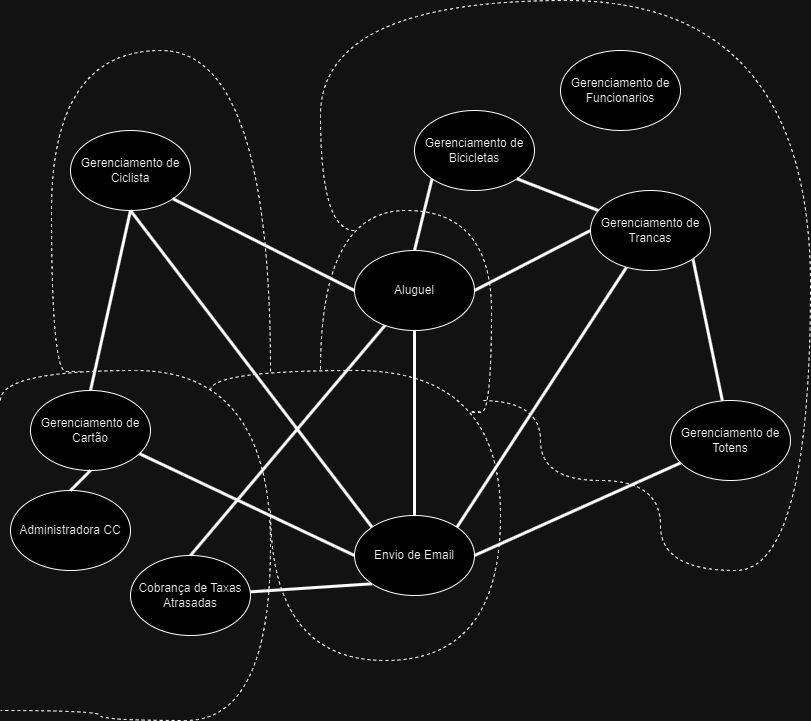
Before: contextos.drawio.png, a diagram exported from draw.io (jaum1234/Microservicos_Engenharia-de-Software-2). Source tidied: cells renumbered, new cells last; positions are measured from the earlier drawing's top-left corner, leaving out a move shared by most shapes.
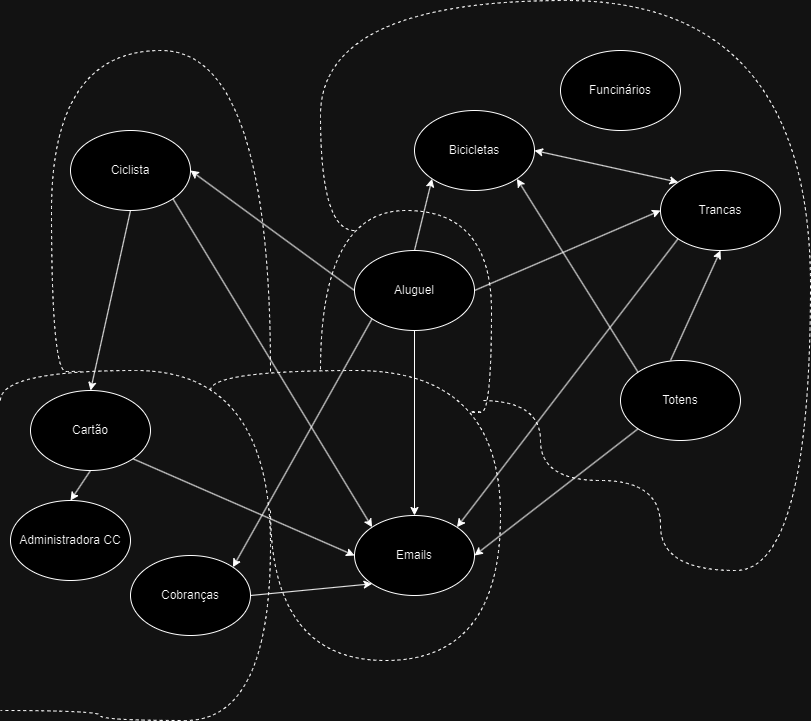
After the commit.

The edit, as a diff of the source:
```diff
@@ -2,81 +2,42 @@
   <root>
     <mxCell id="0" />
     <mxCell id="1" parent="0" />
-    <mxCell id="2" value="Gerenciamento de Ciclista" style="ellipse;whiteSpace=wrap;html=1;" parent="1" vertex="1">
+    <mxCell id="2" value="Ciclista" style="ellipse;whiteSpace=wrap;html=1;" parent="1" vertex="1">
       <mxGeometry x="70" y="130" width="120" height="80" as="geometry" />
     </mxCell>
-    <mxCell id="3" style="edgeStyle=none;shape=connector;rounded=0;jettySize=auto;html=1;entryX=0.5;entryY=0;entryDx=0;entryDy=0;labelBackgroundColor=default;strokeColor=default;align=center;verticalAlign=middle;fontFamily=Helvetica;fontSize=11;fontColor=default;endArrow=none;strokeWidth=3;" parent="1" edge="1" source="4" target="8">
-      <mxGeometry relative="1" as="geometry" />
-    </mxCell>
     <mxCell id="4" value="Aluguel" style="ellipse;whiteSpace=wrap;html=1;" parent="1" vertex="1">
       <mxGeometry x="354" y="250" width="120" height="80" as="geometry" />
     </mxCell>
-    <mxCell id="5" style="edgeStyle=none;shape=connector;rounded=0;jettySize=auto;html=1;entryX=0;entryY=0.5;entryDx=0;entryDy=0;labelBackgroundColor=default;strokeColor=default;align=center;verticalAlign=middle;fontFamily=Helvetica;fontSize=11;fontColor=default;endArrow=none;strokeWidth=3;" parent="1" edge="1" source="6" target="18">
-      <mxGeometry relative="1" as="geometry" />
-    </mxCell>
-    <mxCell id="6" value="Gerenciamento de Cartão" style="ellipse;whiteSpace=wrap;html=1;" parent="1" vertex="1">
+    <mxCell id="6" value="Cartão" style="ellipse;whiteSpace=wrap;html=1;" parent="1" vertex="1">
       <mxGeometry x="30" y="390" width="120" height="80" as="geometry" />
     </mxCell>
     <mxCell id="7" value="Administradora CC" style="ellipse;whiteSpace=wrap;html=1;" parent="1" vertex="1">
-      <mxGeometry x="10" y="490" width="120" height="80" as="geometry" />
+      <mxGeometry x="10" y="500" width="120" height="80" as="geometry" />
     </mxCell>
-    <mxCell id="8" value="Cobrança de Taxas Atrasadas" style="ellipse;whiteSpace=wrap;html=1;" parent="1" vertex="1">
+    <mxCell id="8" value="Cobranças" style="ellipse;whiteSpace=wrap;html=1;" parent="1" vertex="1">
       <mxGeometry x="130" y="555" width="120" height="80" as="geometry" />
     </mxCell>
     <mxCell id="9" style="edgeStyle=orthogonalEdgeStyle;rounded=0;jettySize=auto;html=1;strokeColor=none;" parent="1" edge="1" source="18" target="4">
       <mxGeometry relative="1" as="geometry" />
     </mxCell>
-    <mxCell id="10" style="endArrow=none;html=1;rounded=0;entryX=0.5;entryY=1;entryDx=0;entryDy=0;exitX=0.5;exitY=0;exitDx=0;exitDy=0;strokeWidth=3;" parent="1" edge="1" source="6" target="2">
-      <mxGeometry relative="1" as="geometry" />
-    </mxCell>
-    <mxCell id="11" style="endArrow=none;html=1;rounded=0;entryX=0.5;entryY=1;entryDx=0;entryDy=0;exitX=0;exitY=0;exitDx=0;exitDy=0;strokeWidth=3;" parent="1" edge="1" source="18" target="2">
-      <mxGeometry relative="1" as="geometry" />
-    </mxCell>
-    <mxCell id="12" style="endArrow=none;html=1;rounded=0;entryX=1;entryY=1;entryDx=0;entryDy=0;exitX=0;exitY=0.5;exitDx=0;exitDy=0;strokeWidth=3;" parent="1" edge="1" source="4" target="2">
-      <mxGeometry relative="1" as="geometry" />
-    </mxCell>
-    <mxCell id="13" style="endArrow=none;html=1;rounded=0;entryX=0.5;entryY=0;entryDx=0;entryDy=0;exitX=0.5;exitY=1;exitDx=0;exitDy=0;strokeWidth=3;" parent="1" edge="1" source="6" target="7">
-      <mxGeometry relative="1" as="geometry" />
-    </mxCell>
-    <mxCell id="14" value="Gerenciamento de Bicicletas" style="ellipse;whiteSpace=wrap;html=1;" parent="1" vertex="1">
+    <mxCell id="14" value="Bicicletas" style="ellipse;whiteSpace=wrap;html=1;" parent="1" vertex="1">
       <mxGeometry x="414" y="110" width="120" height="80" as="geometry" />
     </mxCell>
-    <mxCell id="15" style="endArrow=none;html=1;rounded=0;entryX=0.5;entryY=0;entryDx=0;entryDy=0;exitX=0;exitY=1;exitDx=0;exitDy=0;strokeWidth=3;" parent="1" edge="1" source="14" target="4">
-      <mxGeometry relative="1" as="geometry" />
-    </mxCell>
     <mxCell id="16" style="edgeStyle=orthogonalEdgeStyle;rounded=0;jettySize=auto;html=1;strokeColor=none;" parent="1" edge="1" target="18">
       <mxGeometry relative="1" as="geometry">
         <mxPoint x="380" y="60" as="sourcePoint" />
       </mxGeometry>
     </mxCell>
-    <mxCell id="17" style="edgeStyle=none;shape=connector;rounded=0;jettySize=auto;html=1;labelBackgroundColor=default;strokeColor=default;align=center;verticalAlign=middle;fontFamily=Helvetica;fontSize=11;fontColor=default;endArrow=none;strokeWidth=3;exitX=0;exitY=1;exitDx=0;exitDy=0;" parent="1" edge="1" source="18" target="8">
-      <mxGeometry relative="1" as="geometry" />
-    </mxCell>
-    <mxCell id="18" value="Envio de Email" style="ellipse;whiteSpace=wrap;html=1;" parent="1" vertex="1">
+    <mxCell id="18" value="Emails" style="ellipse;whiteSpace=wrap;html=1;" parent="1" vertex="1">
       <mxGeometry x="354" y="515" width="120" height="80" as="geometry" />
     </mxCell>
-    <mxCell id="19" style="edgeStyle=none;shape=connector;rounded=0;jettySize=auto;html=1;entryX=1;entryY=1;entryDx=0;entryDy=0;labelBackgroundColor=default;strokeColor=default;align=center;verticalAlign=middle;fontFamily=Helvetica;fontSize=11;fontColor=default;endArrow=none;strokeWidth=3;" parent="1" edge="1" source="21" target="24">
-      <mxGeometry relative="1" as="geometry" />
-    </mxCell>
-    <mxCell id="20" style="edgeStyle=none;shape=connector;rounded=0;jettySize=auto;html=1;entryX=1;entryY=0.5;entryDx=0;entryDy=0;labelBackgroundColor=default;strokeColor=default;align=center;verticalAlign=middle;fontFamily=Helvetica;fontSize=11;fontColor=default;endArrow=none;strokeWidth=3;" parent="1" edge="1" source="21" target="18">
-      <mxGeometry relative="1" as="geometry" />
-    </mxCell>
-    <mxCell id="21" value="Gerenciamento de Totens" style="ellipse;whiteSpace=wrap;html=1;" parent="1" vertex="1">
-      <mxGeometry x="670" y="400" width="120" height="80" as="geometry" />
+    <mxCell id="21" value="Totens" style="ellipse;whiteSpace=wrap;html=1;" parent="1" vertex="1">
+      <mxGeometry x="620" y="360" width="120" height="80" as="geometry" />
     </mxCell>
-    <mxCell id="22" style="edgeStyle=none;shape=connector;rounded=0;jettySize=auto;html=1;entryX=1;entryY=1;entryDx=0;entryDy=0;labelBackgroundColor=default;strokeColor=default;align=center;verticalAlign=middle;fontFamily=Helvetica;fontSize=11;fontColor=default;endArrow=none;strokeWidth=3;" parent="1" edge="1" source="24" target="14">
-      <mxGeometry relative="1" as="geometry" />
-    </mxCell>
-    <mxCell id="23" style="edgeStyle=none;shape=connector;rounded=0;jettySize=auto;html=1;entryX=1;entryY=0;entryDx=0;entryDy=0;labelBackgroundColor=default;strokeColor=default;align=center;verticalAlign=middle;fontFamily=Helvetica;fontSize=11;fontColor=default;endArrow=none;strokeWidth=3;" parent="1" edge="1" source="24" target="18">
-      <mxGeometry relative="1" as="geometry" />
-    </mxCell>
-    <mxCell id="24" value="Gerenciamento de Trancas" style="ellipse;whiteSpace=wrap;html=1;" parent="1" vertex="1">
-      <mxGeometry x="590" y="190" width="120" height="80" as="geometry" />
+    <mxCell id="24" value="Trancas" style="ellipse;whiteSpace=wrap;html=1;" parent="1" vertex="1">
+      <mxGeometry x="660" y="170" width="120" height="80" as="geometry" />
     </mxCell>
-    <mxCell id="25" style="endArrow=none;html=1;rounded=0;entryX=0;entryY=0.5;entryDx=0;entryDy=0;exitX=1;exitY=0.5;exitDx=0;exitDy=0;strokeWidth=3;" parent="1" edge="1" source="4" target="24">
-      <mxGeometry relative="1" as="geometry" />
-    </mxCell>
-    <mxCell id="26" value="Gerenciamento de Funcionarios" style="ellipse;whiteSpace=wrap;html=1;" parent="1" vertex="1">
+    <mxCell id="26" value="Funcinários" style="ellipse;whiteSpace=wrap;html=1;" parent="1" vertex="1">
       <mxGeometry x="560" y="50" width="120" height="80" as="geometry" />
     </mxCell>
     <mxCell id="27" style="endArrow=none;dashed=1;html=1;rounded=0;labelBackgroundColor=default;strokeColor=default;align=center;verticalAlign=middle;fontFamily=Helvetica;fontSize=11;fontColor=default;shape=connector;edgeStyle=orthogonalEdgeStyle;curved=1;" parent="1" edge="1">
@@ -144,8 +105,52 @@
         </Array>
       </mxGeometry>
     </mxCell>
+    <mxCell id="3" style="endArrow=classic;html=1;rounded=0;exitX=0;exitY=1;exitDx=0;exitDy=0;entryX=1;entryY=0;entryDx=0;entryDy=0;" parent="1" edge="1" source="4" target="8">
+      <mxGeometry relative="1" as="geometry" />
+    </mxCell>
-    <mxCell id="32" style="edgeStyle=none;shape=connector;rounded=0;jettySize=auto;html=1;entryX=0.5;entryY=0;entryDx=0;entryDy=0;labelBackgroundColor=default;strokeColor=default;align=center;verticalAlign=middle;fontFamily=Helvetica;fontSize=11;fontColor=default;endArrow=none;strokeWidth=3;exitX=0.5;exitY=1;exitDx=0;exitDy=0;" parent="1" edge="1" source="4" target="18">
+    <mxCell id="32" style="endArrow=classic;html=1;rounded=0;entryX=0.5;entryY=0;entryDx=0;entryDy=0;exitX=0.5;exitY=1;exitDx=0;exitDy=0;" parent="1" edge="1" source="4" target="18">
       <mxGeometry relative="1" as="geometry" />
     </mxCell>
+    <mxCell id="5" style="endArrow=classic;html=1;rounded=0;exitX=1;exitY=1;exitDx=0;exitDy=0;entryX=0;entryY=0.5;entryDx=0;entryDy=0;" parent="1" edge="1" source="6" target="18">
+      <mxGeometry relative="1" as="geometry" />
+    </mxCell>
+    <mxCell id="20" style="endArrow=classic;html=1;rounded=0;exitX=0;exitY=1;exitDx=0;exitDy=0;entryX=1;entryY=0.5;entryDx=0;entryDy=0;" parent="1" edge="1" source="21" target="18">
+      <mxGeometry relative="1" as="geometry" />
+    </mxCell>
+    <mxCell id="23" style="endArrow=classic;html=1;rounded=0;exitX=0;exitY=1;exitDx=0;exitDy=0;entryX=1;entryY=0;entryDx=0;entryDy=0;" parent="1" edge="1" source="24" target="18">
+      <mxGeometry relative="1" as="geometry" />
+    </mxCell>
+    <mxCell id="33" style="endArrow=classic;html=1;rounded=0;exitX=1;exitY=0.5;exitDx=0;exitDy=0;entryX=0;entryY=1;entryDx=0;entryDy=0;" parent="1" edge="1" source="8" target="18">
+      <mxGeometry relative="1" as="geometry" />
+    </mxCell>
+    <mxCell id="34" style="endArrow=classic;html=1;rounded=0;exitX=1;exitY=1;exitDx=0;exitDy=0;entryX=0;entryY=0;entryDx=0;entryDy=0;" parent="1" edge="1" source="2" target="18">
+      <mxGeometry relative="1" as="geometry" />
+    </mxCell>
+    <mxCell id="12" style="endArrow=classic;html=1;rounded=0;entryX=1;entryY=0.5;entryDx=0;entryDy=0;exitX=0;exitY=0.5;exitDx=0;exitDy=0;" parent="1" edge="1" source="4" target="2">
+      <mxGeometry relative="1" as="geometry" />
+    </mxCell>
+    <mxCell id="13" style="endArrow=classic;html=1;rounded=0;entryX=0.5;entryY=0;entryDx=0;entryDy=0;exitX=0.5;exitY=1;exitDx=0;exitDy=0;" parent="1" edge="1" source="6" target="7">
+      <mxGeometry relative="1" as="geometry" />
+    </mxCell>
+    <mxCell id="35" style="endArrow=classic;html=1;rounded=0;exitX=0.5;exitY=0;exitDx=0;exitDy=0;entryX=0;entryY=1;entryDx=0;entryDy=0;" parent="1" edge="1" source="4" target="14">
+      <mxGeometry relative="1" as="geometry" />
+    </mxCell>
+    <mxCell id="25" style="endArrow=classic;html=1;rounded=0;exitX=1;exitY=0.5;exitDx=0;exitDy=0;entryX=0;entryY=0.5;entryDx=0;entryDy=0;" parent="1" edge="1" source="4" target="24">
+      <mxGeometry relative="1" as="geometry" />
+    </mxCell>
+    <mxCell id="36" style="endArrow=classic;html=1;rounded=0;exitX=0.5;exitY=1;exitDx=0;exitDy=0;entryX=0.5;entryY=0;entryDx=0;entryDy=0;" parent="1" edge="1" source="2" target="6">
+      <mxGeometry relative="1" as="geometry" />
+    </mxCell>
+    <mxCell id="37" style="endArrow=classic;html=1;rounded=0;exitX=0;exitY=0;exitDx=0;exitDy=0;entryX=1;entryY=1;entryDx=0;entryDy=0;" parent="1" edge="1" source="21" target="14">
+      <mxGeometry relative="1" as="geometry" />
+    </mxCell>
+    <mxCell id="38" style="endArrow=classic;html=1;rounded=0;exitX=0.5;exitY=0;exitDx=0;exitDy=0;entryX=0.5;entryY=1;entryDx=0;entryDy=0;" parent="1" edge="1" target="24">
+      <mxGeometry relative="1" as="geometry">
+        <mxPoint x="670" y="360" as="sourcePoint" />
+      </mxGeometry>
+    </mxCell>
+    <mxCell id="39" style="endArrow=classic;startArrow=classic;html=1;rounded=0;exitX=1;exitY=0.5;exitDx=0;exitDy=0;entryX=0;entryY=0;entryDx=0;entryDy=0;" parent="1" edge="1" source="14" target="24">
+      <mxGeometry relative="1" as="geometry" />
+    </mxCell>
   </root>
 </mxGraphModel>
```
